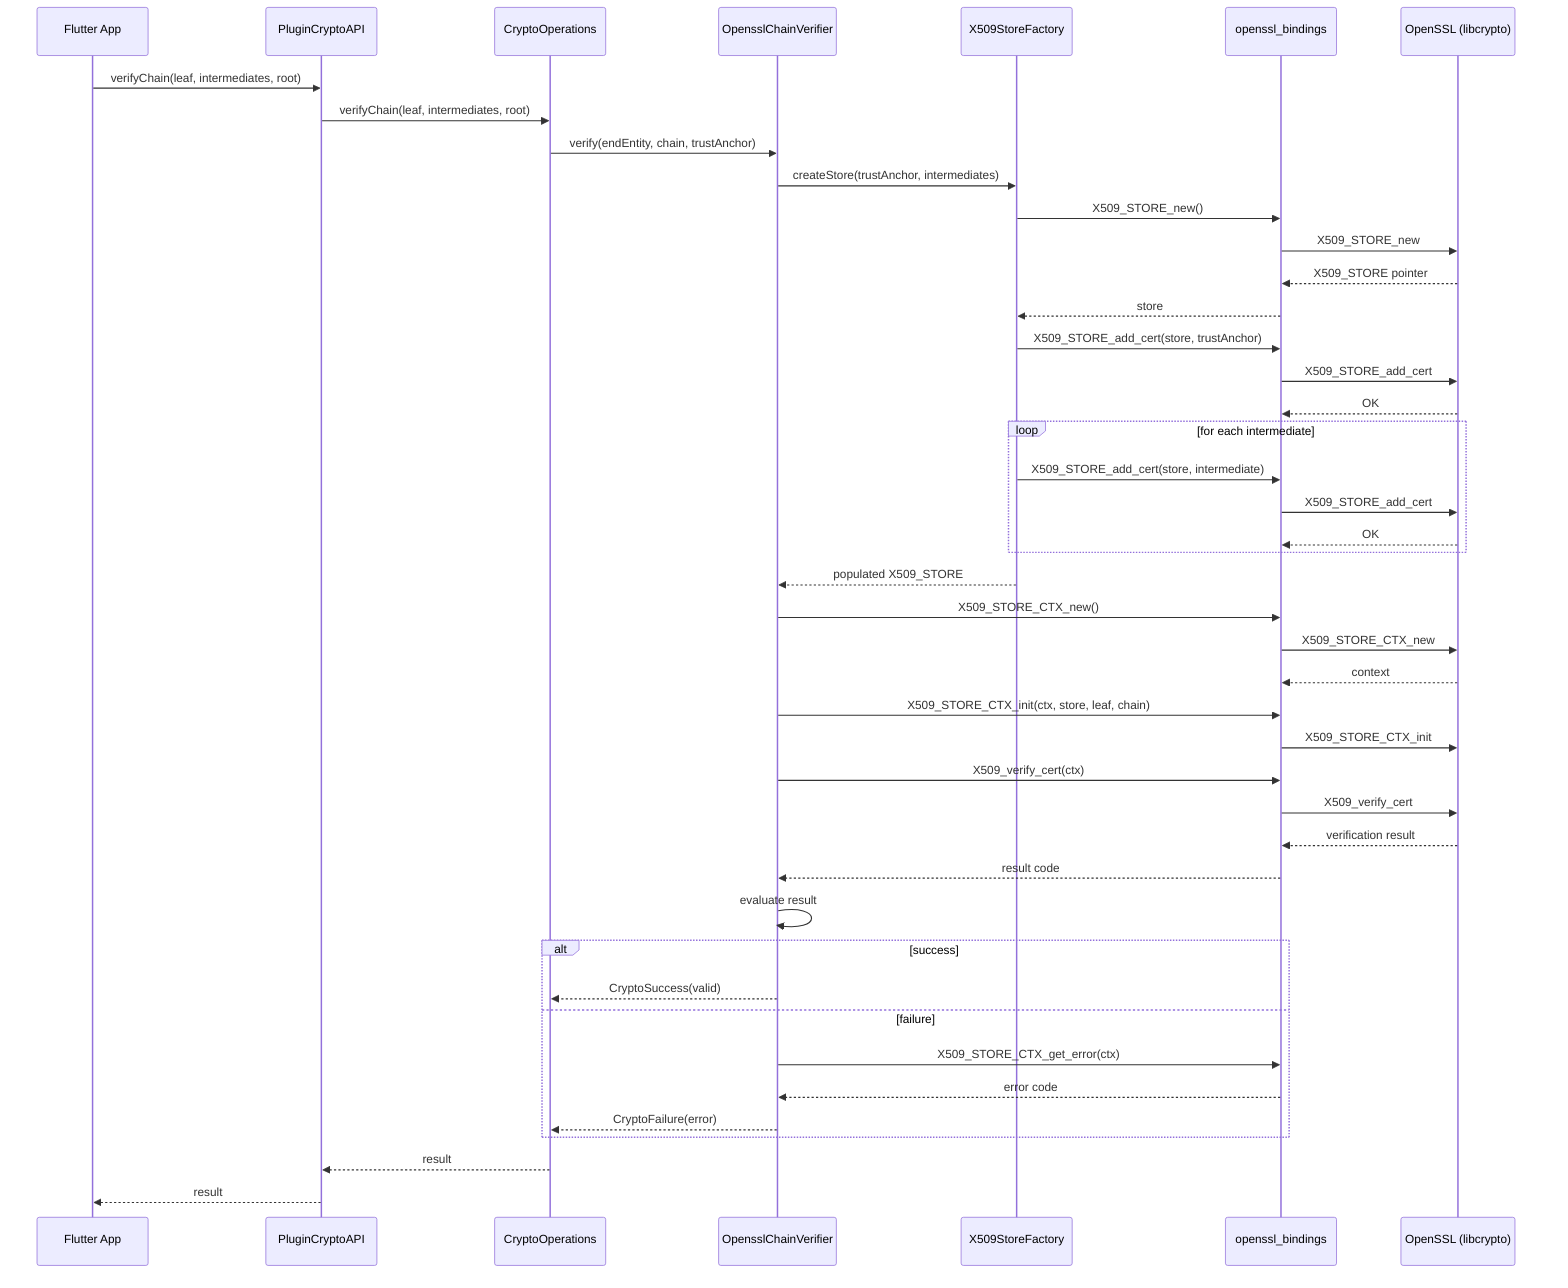
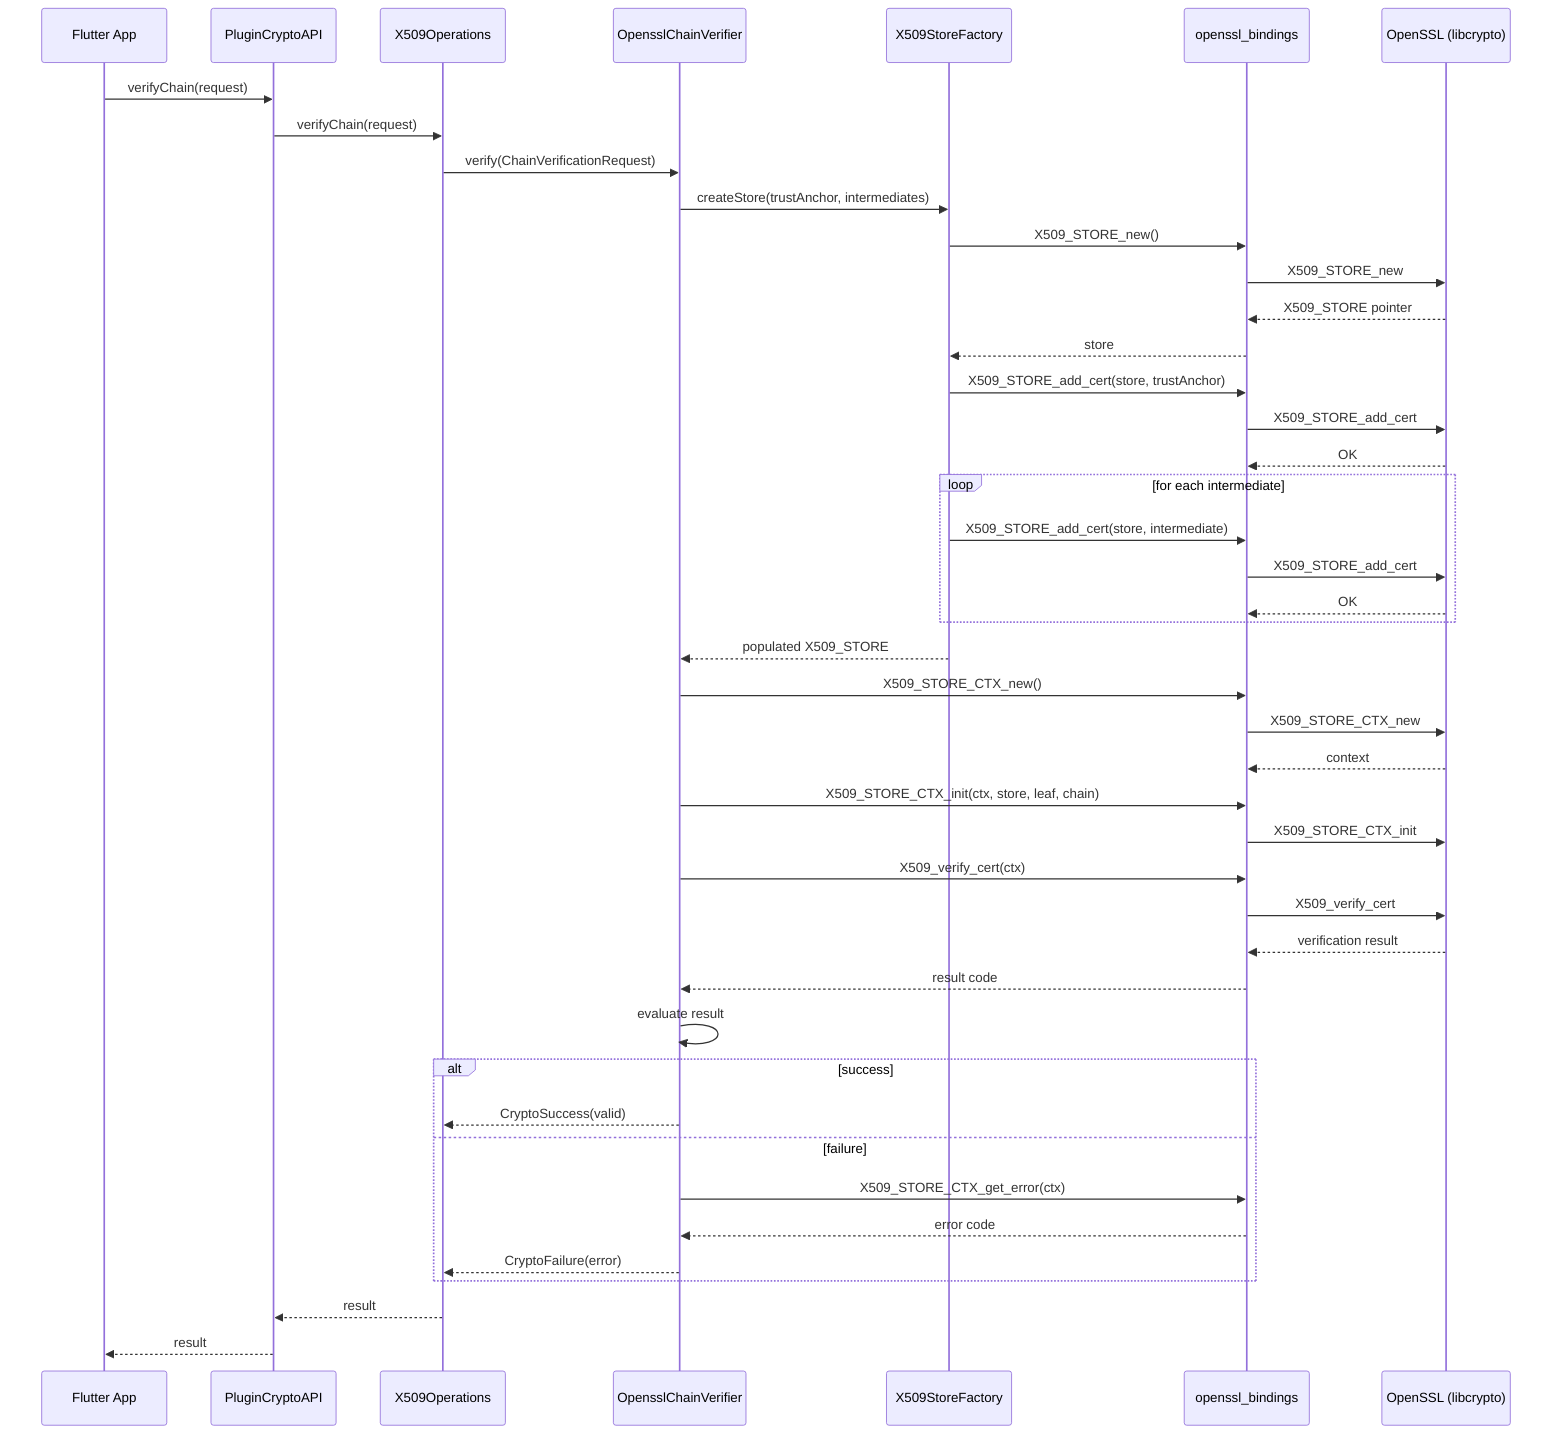
sequenceDiagram
    participant App as Flutter App
    participant API as PluginCryptoAPI
-     participant Ops as CryptoOperations
+     participant X509 as X509Operations
    participant Verifier as OpensslChainVerifier
    participant StoreFactory as X509StoreFactory
    participant FFI as openssl_bindings
    participant Native as OpenSSL (libcrypto)

-     App->>API: verifyChain(leaf, intermediates, root)
-     API->>Ops: verifyChain(leaf, intermediates, root)
-     Ops->>Verifier: verify(endEntity, chain, trustAnchor)
+     App->>API: verifyChain(request)
+     API->>X509: verifyChain(request)
+     X509->>Verifier: verify(ChainVerificationRequest)

    Verifier->>StoreFactory: createStore(trustAnchor, intermediates)
    StoreFactory->>FFI: X509_STORE_new()
    FFI->>Native: X509_STORE_new
    Native-->>FFI: X509_STORE pointer
    FFI-->>StoreFactory: store

    StoreFactory->>FFI: X509_STORE_add_cert(store, trustAnchor)
    FFI->>Native: X509_STORE_add_cert
    Native-->>FFI: OK

    loop for each intermediate
        StoreFactory->>FFI: X509_STORE_add_cert(store, intermediate)
        FFI->>Native: X509_STORE_add_cert
        Native-->>FFI: OK
    end
    StoreFactory-->>Verifier: populated X509_STORE

    Verifier->>FFI: X509_STORE_CTX_new()
    FFI->>Native: X509_STORE_CTX_new
    Native-->>FFI: context

    Verifier->>FFI: X509_STORE_CTX_init(ctx, store, leaf, chain)
    FFI->>Native: X509_STORE_CTX_init

    Verifier->>FFI: X509_verify_cert(ctx)
    FFI->>Native: X509_verify_cert
    Native-->>FFI: verification result
    FFI-->>Verifier: result code

    Verifier->>Verifier: evaluate result
    alt success
-         Verifier-->>Ops: CryptoSuccess(valid)
+         Verifier-->>X509: CryptoSuccess(valid)
    else failure
        Verifier->>FFI: X509_STORE_CTX_get_error(ctx)
        FFI-->>Verifier: error code
-         Verifier-->>Ops: CryptoFailure(error)
+         Verifier-->>X509: CryptoFailure(error)
    end
-     Ops-->>API: result
+     X509-->>API: result
    API-->>App: result